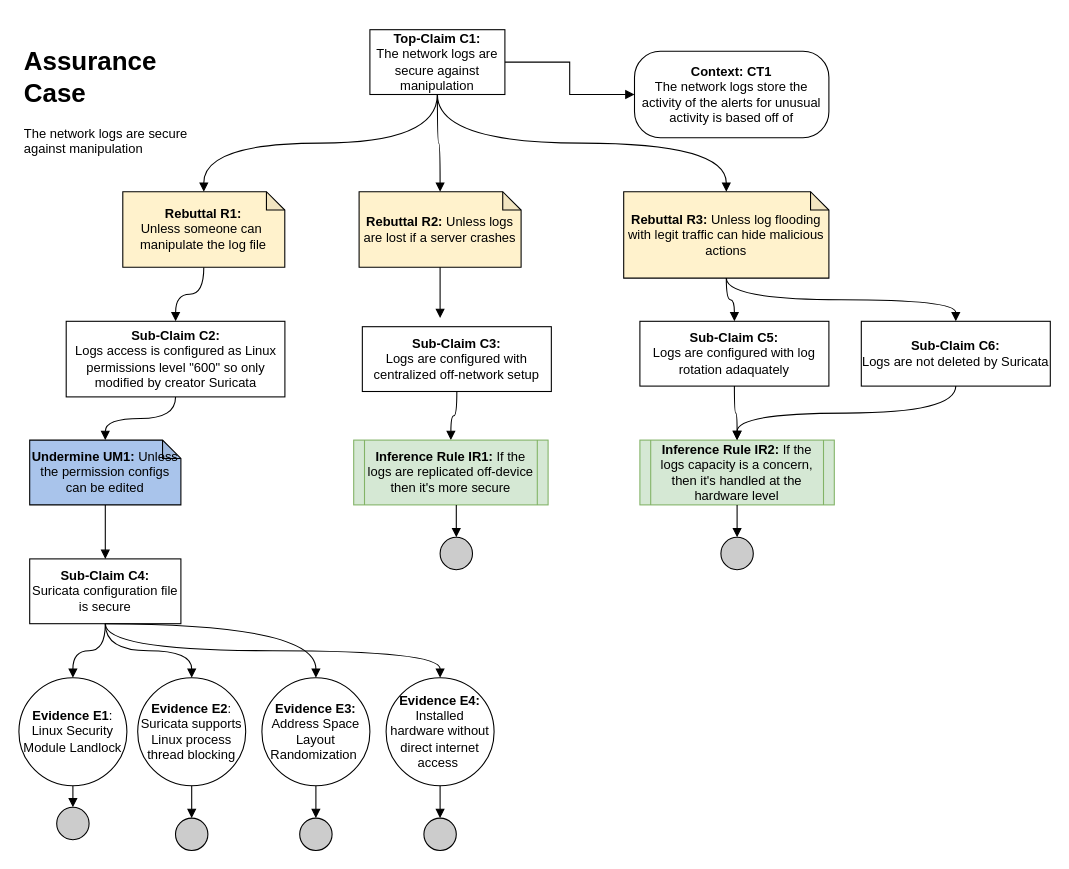
The draw.io diagram Assurance Cases/Assurance Case - Logs secure against manipulation.drawio in UNO-CYBR-8420-Team1/CYBR8420-Suricata, before the edit. Source tidied: cells renumbered, new cells numbered last; positions are measured from the earlier drawing's top-left corner, leaving out a move shared by most shapes. Both pictures are drawn from the tidied source at 108%, with x=0, y=0 at pixel (18, 29).
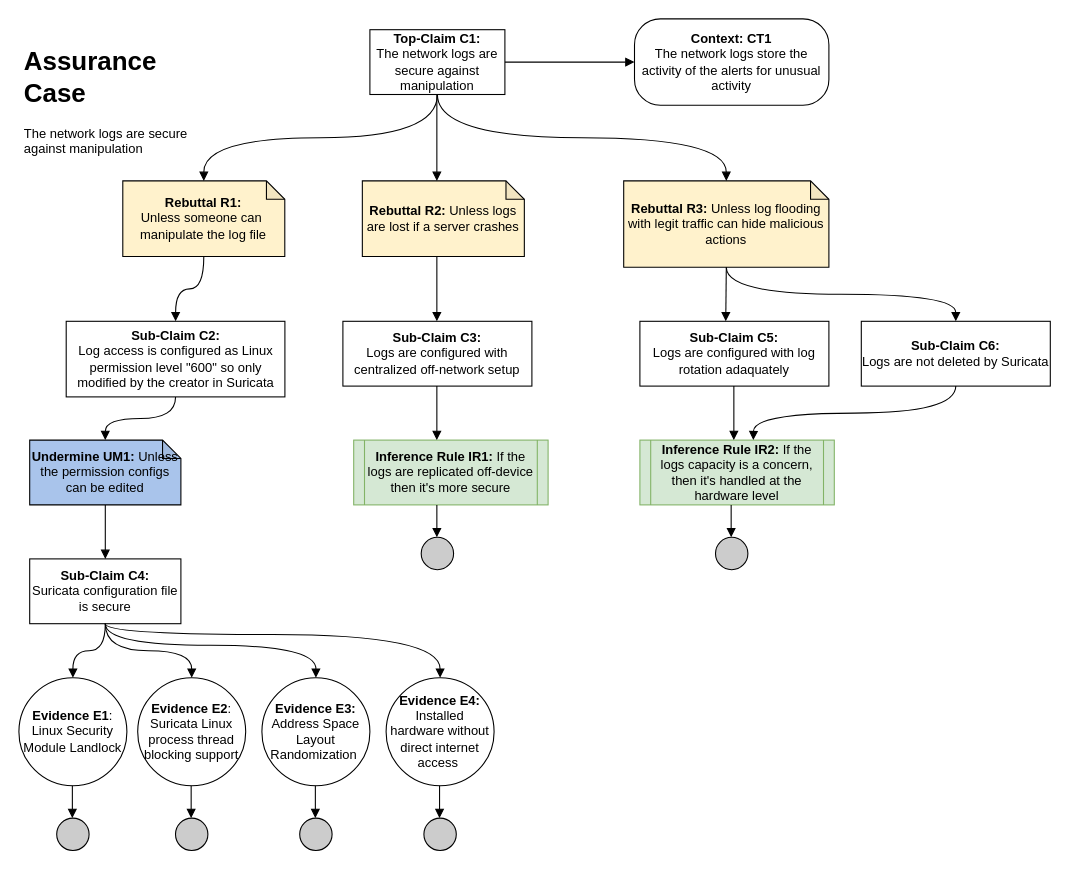
The same diagram, later.

Unchanged cells that the change refers to:
```xml
<mxCell id="6" value="&lt;b&gt;Top-Claim C1:&lt;br&gt;&lt;/b&gt;The network logs are secure against manipulation" style="rounded=0;whiteSpace=wrap;html=1;" parent="1" vertex="1">
  <mxGeometry x="325" width="125" height="60" as="geometry" />
</mxCell>
<mxCell id="14" value="&lt;b&gt;Evidence E1&lt;/b&gt;:&lt;div&gt;Linux Security Module Landlock&lt;/div&gt;" style="ellipse;whiteSpace=wrap;html=1;fillColor=#ffffff;rounded=0;" parent="1" vertex="1">
  <mxGeometry y="600" width="100" height="100" as="geometry" />
</mxCell>
<mxCell id="16" value="&lt;b&gt;Evidence E3:&lt;/b&gt;&lt;br&gt;Address Space Layout Randomization&amp;nbsp;" style="ellipse;whiteSpace=wrap;html=1;fillColor=#ffffff;rounded=0;" parent="1" vertex="1">
  <mxGeometry x="225" y="600" width="100" height="100" as="geometry" />
</mxCell>
<mxCell id="20" value="&lt;b&gt;Inference Rule IR1: &lt;/b&gt;If the logs are replicated off-device then it's more secure" style="shape=process;whiteSpace=wrap;html=1;backgroundOutline=1;fillColor=#d5e8d4;size=0.05555555555555555;strokeColor=#82b366;" parent="1" vertex="1">
  <mxGeometry x="310" y="380" width="180" height="60" as="geometry" />
</mxCell>
<mxCell id="23" value="&lt;b&gt;Sub-Claim C4:&lt;br&gt;&lt;/b&gt;Suricata configuration file is secure" style="rounded=0;whiteSpace=wrap;html=1;" parent="1" vertex="1">
  <mxGeometry x="10" y="490" width="140" height="60" as="geometry" />
</mxCell>
<mxCell id="26" value="&lt;b&gt;Evidence E4:&lt;/b&gt;&lt;br&gt;Installed hardware without direct internet access&amp;nbsp;" style="ellipse;whiteSpace=wrap;html=1;fillColor=#ffffff;rounded=0;" parent="1" vertex="1">
  <mxGeometry x="340" y="600" width="100" height="100" as="geometry" />
</mxCell>
<mxCell id="39" value="&lt;b&gt;Sub-Claim C5:&lt;br&gt;&lt;/b&gt;Logs are configured with log rotation adaquately" style="rounded=0;whiteSpace=wrap;html=1;" parent="1" vertex="1">
  <mxGeometry x="575" y="270" width="175" height="60" as="geometry" />
</mxCell>
<mxCell id="42" value="&lt;b&gt;Inference Rule IR2: &lt;/b&gt;If the logs capacity is a concern, then it's handled at the hardware level" style="shape=process;whiteSpace=wrap;html=1;backgroundOutline=1;fillColor=#d5e8d4;size=0.05555555555555555;strokeColor=#82b366;" parent="1" vertex="1">
  <mxGeometry x="575" y="380" width="180" height="60" as="geometry" />
</mxCell>
<mxCell id="46" value="&lt;b&gt;Sub-Claim C6:&lt;br&gt;&lt;/b&gt;Logs are not deleted by Suricata" style="rounded=0;whiteSpace=wrap;html=1;" parent="1" vertex="1">
  <mxGeometry x="780" y="270" width="175" height="60" as="geometry" />
</mxCell>
```

Diff of the diagram source:
```diff
@@
-    <mxCell id="5" style="edgeStyle=orthogonalEdgeStyle;curved=1;rounded=0;jettySize=auto;html=1;exitX=0.5;exitY=1;exitDx=0;exitDy=0;endArrow=block;endFill=1;" parent="1" edge="1" source="22" target="20">
-      <mxGeometry relative="1" as="geometry" />
-    </mxCell>
@@
-    <mxCell id="7" value="&lt;b&gt;Context: CT1&lt;/b&gt;&lt;br&gt;The network logs store the activity of the alerts for unusual activity is based off of" style="rounded=1;whiteSpace=wrap;html=1;arcSize=30;" parent="1" vertex="1">
-      <mxGeometry x="570" y="20" width="180" height="80" as="geometry" />
+    <mxCell id="7" value="&lt;b&gt;Context: CT1&lt;/b&gt;&lt;br&gt;The network logs store the activity of the alerts for unusual activity" style="rounded=1;whiteSpace=wrap;html=1;arcSize=30;" parent="1" vertex="1">
+      <mxGeometry x="570" y="-10" width="180" height="80" as="geometry" />
     </mxCell>
@@
     <mxCell id="9" value="&lt;b&gt;Rebuttal R1: &lt;/b&gt;Unless&amp;nbsp;someone can&amp;nbsp; manipulate the log file" style="shape=note;whiteSpace=wrap;html=1;backgroundOutline=1;darkOpacity=0.05;size=17;fillColor=#FFF2CC;" parent="1" vertex="1">
-      <mxGeometry x="96.2" y="150" width="150" height="70" as="geometry" />
+      <mxGeometry x="96.2" y="140" width="150" height="70" as="geometry" />
     </mxCell>
-    <mxCell id="10" style="edgeStyle=orthogonalEdgeStyle;curved=1;rounded=0;jettySize=auto;html=1;exitX=0.5;exitY=1;exitDx=0;exitDy=0;entryX=0.5;entryY=0;entryDx=0;entryDy=0;entryPerimeter=0;endArrow=block;endFill=1;" parent="1" edge="1" source="6" target="21">
-      <mxGeometry relative="1" as="geometry" />
-    </mxCell>
-    <mxCell id="11" value="&lt;b&gt;Sub-Claim C2:&lt;br&gt;&lt;/b&gt;Logs access is configured as Linux permissions level &quot;600&quot; so only modified by creator Suricata" style="rounded=0;whiteSpace=wrap;html=1;" parent="1" vertex="1">
+    <mxCell id="11" value="&lt;b&gt;Sub-Claim C2:&lt;br&gt;&lt;/b&gt;Log access is configured as Linux permission level &quot;600&quot; so only modified by the creator in Suricata" style="rounded=0;whiteSpace=wrap;html=1;" parent="1" vertex="1">
       <mxGeometry x="43.8" y="270" width="202.5" height="70" as="geometry" />
     </mxCell>
@@
-    <mxCell id="13" style="edgeStyle=orthogonalEdgeStyle;curved=1;rounded=0;jettySize=auto;html=1;entryX=0.5;entryY=0;entryDx=0;entryDy=0;endArrow=block;endFill=1;" parent="1" edge="1" source="14" target="17">
-      <mxGeometry relative="1" as="geometry" />
-    </mxCell>
@@
-    <mxCell id="15" style="edgeStyle=orthogonalEdgeStyle;curved=1;rounded=0;jettySize=auto;html=1;entryX=0.5;entryY=0;entryDx=0;entryDy=0;endArrow=block;endFill=1;" parent="1" edge="1" source="16" target="18">
-      <mxGeometry relative="1" as="geometry" />
-    </mxCell>
@@
-    <mxCell id="17" style="ellipse;whiteSpace=wrap;html=1;fillColor=#CCCCCC;" parent="1" vertex="1">
-      <mxGeometry x="35" y="720" width="30" height="30" as="geometry" />
-    </mxCell>
-    <mxCell id="18" style="ellipse;whiteSpace=wrap;html=1;fillColor=#CCCCCC;" parent="1" vertex="1">
-      <mxGeometry x="260" y="730" width="30" height="30" as="geometry" />
-    </mxCell>
@@
     <mxCell id="21" value="&lt;b&gt;Rebuttal R2: &lt;/b&gt;Unless logs are lost if a server crashes" style="shape=note;whiteSpace=wrap;html=1;backgroundOutline=1;darkOpacity=0.05;size=17;fillColor=#FFF2CC;" parent="1" vertex="1">
-      <mxGeometry x="315" y="150" width="150" height="70" as="geometry" />
+      <mxGeometry x="318" y="140" width="150" height="70" as="geometry" />
     </mxCell>
     <mxCell id="22" value="&lt;b&gt;Sub-Claim C3:&lt;br&gt;&lt;/b&gt;Logs are configured with centralized off-network setup" style="rounded=0;whiteSpace=wrap;html=1;" parent="1" vertex="1">
-      <mxGeometry x="318" y="275" width="175" height="60" as="geometry" />
+      <mxGeometry x="300" y="270" width="175" height="60" as="geometry" />
     </mxCell>
@@
-    <mxCell id="25" value="&lt;b&gt;Evidence E2&lt;/b&gt;:&lt;div&gt;Suricata supports Linux process thread blocking&lt;/div&gt;" style="ellipse;whiteSpace=wrap;html=1;fillColor=#ffffff;rounded=0;" parent="1" vertex="1">
+    <mxCell id="25" value="&lt;b&gt;Evidence E2&lt;/b&gt;:&lt;div&gt;Suricata Linux process thread blocking&amp;nbsp;&lt;span style=&quot;background-color: initial;&quot;&gt;support&lt;/span&gt;&lt;/div&gt;" style="ellipse;whiteSpace=wrap;html=1;fillColor=#ffffff;rounded=0;" parent="1" vertex="1">
       <mxGeometry x="110" y="600" width="100" height="100" as="geometry" />
     </mxCell>
@@
-    <mxCell id="27" style="edgeStyle=orthogonalEdgeStyle;curved=1;rounded=0;jettySize=auto;html=1;entryX=0.5;entryY=0;entryDx=0;entryDy=0;endArrow=block;endFill=1;" parent="1" edge="1" target="28">
-      <mxGeometry relative="1" as="geometry">
-        <mxPoint x="160" y="700" as="sourcePoint" />
-      </mxGeometry>
-    </mxCell>
-    <mxCell id="28" style="ellipse;whiteSpace=wrap;html=1;fillColor=#CCCCCC;" parent="1" vertex="1">
-      <mxGeometry x="145" y="730" width="30" height="30" as="geometry" />
-    </mxCell>
-    <mxCell id="29" style="edgeStyle=orthogonalEdgeStyle;curved=1;rounded=0;jettySize=auto;html=1;entryX=0.5;entryY=0;entryDx=0;entryDy=0;endArrow=block;endFill=1;" parent="1" edge="1" target="30">
-      <mxGeometry relative="1" as="geometry">
-        <mxPoint x="390" y="700" as="sourcePoint" />
-      </mxGeometry>
-    </mxCell>
-    <mxCell id="30" style="ellipse;whiteSpace=wrap;html=1;fillColor=#CCCCCC;" parent="1" vertex="1">
-      <mxGeometry x="375" y="730" width="30" height="30" as="geometry" />
-    </mxCell>
@@
-    <mxCell id="33" style="edgeStyle=orthogonalEdgeStyle;curved=1;rounded=0;jettySize=auto;html=1;entryX=0.5;entryY=0;entryDx=0;entryDy=0;endArrow=block;endFill=1;" parent="1" edge="1" target="16">
-      <mxGeometry relative="1" as="geometry">
-        <mxPoint x="80" y="550" as="sourcePoint" />
-      </mxGeometry>
-    </mxCell>
-    <mxCell id="34" style="edgeStyle=orthogonalEdgeStyle;curved=1;rounded=0;jettySize=auto;html=1;entryX=0.5;entryY=0;entryDx=0;entryDy=0;endArrow=block;endFill=1;exitX=0.5;exitY=1;exitDx=0;exitDy=0;" parent="1" edge="1" source="23" target="26">
-      <mxGeometry relative="1" as="geometry" />
-    </mxCell>
-    <mxCell id="35" style="edgeStyle=orthogonalEdgeStyle;curved=1;rounded=0;jettySize=auto;html=1;entryX=0.5;entryY=0;entryDx=0;entryDy=0;endArrow=block;endFill=1;" parent="1" edge="1" target="36">
-      <mxGeometry relative="1" as="geometry">
-        <mxPoint x="405" y="440" as="sourcePoint" />
-      </mxGeometry>
-    </mxCell>
     <mxCell id="36" style="ellipse;whiteSpace=wrap;html=1;fillColor=#CCCCCC;" parent="1" vertex="1">
-      <mxGeometry x="390" y="470" width="30" height="30" as="geometry" />
+      <mxGeometry x="372.5" y="470" width="30" height="30" as="geometry" />
     </mxCell>
     <mxCell id="37" value="&lt;b&gt;Rebuttal R3: &lt;/b&gt;Unless log flooding with legit traffic can hide malicious actions" style="shape=note;whiteSpace=wrap;html=1;backgroundOutline=1;darkOpacity=0.05;size=17;fillColor=#FFF2CC;" parent="1" vertex="1">
-      <mxGeometry x="560" y="150" width="190" height="80" as="geometry" />
+      <mxGeometry x="560" y="140" width="190" height="80" as="geometry" />
     </mxCell>
@@
-    <mxCell id="40" style="edgeStyle=orthogonalEdgeStyle;curved=1;rounded=0;orthogonalLoop=1;jettySize=auto;html=1;exitX=0.5;exitY=1;exitDx=0;exitDy=0;entryX=0.458;entryY=-0.044;entryDx=0;entryDy=0;entryPerimeter=0;endArrow=block;endFill=1;exitPerimeter=0;" parent="1" edge="1">
-      <mxGeometry relative="1" as="geometry">
-        <mxPoint x="390" y="220" as="sourcePoint" />
-        <mxPoint x="390" y="267" as="targetPoint" />
-      </mxGeometry>
-    </mxCell>
-    <mxCell id="41" style="edgeStyle=orthogonalEdgeStyle;curved=1;rounded=0;jettySize=auto;html=1;endArrow=block;endFill=1;exitX=0.5;exitY=1;exitDx=0;exitDy=0;exitPerimeter=0;entryX=0.5;entryY=0;entryDx=0;entryDy=0;" parent="1" edge="1" source="37" target="39">
-      <mxGeometry relative="1" as="geometry" />
-    </mxCell>
@@
-    <mxCell id="43" style="edgeStyle=orthogonalEdgeStyle;curved=1;rounded=0;jettySize=auto;html=1;exitX=0.5;exitY=1;exitDx=0;exitDy=0;endArrow=block;endFill=1;entryX=0.5;entryY=0;entryDx=0;entryDy=0;" parent="1" edge="1" source="39" target="42">
-      <mxGeometry relative="1" as="geometry" />
-    </mxCell>
-    <mxCell id="44" style="edgeStyle=orthogonalEdgeStyle;curved=1;rounded=0;jettySize=auto;html=1;entryX=0.5;entryY=0;entryDx=0;entryDy=0;endArrow=block;endFill=1;" parent="1" edge="1" target="45">
-      <mxGeometry relative="1" as="geometry">
-        <mxPoint x="665" y="440" as="sourcePoint" />
-      </mxGeometry>
-    </mxCell>
     <mxCell id="45" style="ellipse;whiteSpace=wrap;html=1;fillColor=#CCCCCC;" parent="1" vertex="1">
-      <mxGeometry x="650" y="470" width="30" height="30" as="geometry" />
+      <mxGeometry x="645" y="470" width="30" height="30" as="geometry" />
     </mxCell>
@@
-    <mxCell id="48" style="edgeStyle=orthogonalEdgeStyle;curved=1;rounded=0;jettySize=auto;html=1;exitX=0.5;exitY=1;exitDx=0;exitDy=0;endArrow=block;endFill=1;entryX=0.5;entryY=0;entryDx=0;entryDy=0;" parent="1" edge="1" source="46" target="42">
-      <mxGeometry relative="1" as="geometry" />
+    <mxCell id="48" style="edgeStyle=orthogonalEdgeStyle;curved=1;rounded=0;jettySize=auto;html=1;exitX=0.5;exitY=1;exitDx=0;exitDy=0;endArrow=block;endFill=1;" parent="1" edge="1" source="46">
+      <mxGeometry relative="1" as="geometry">
+        <mxPoint x="680" y="380" as="targetPoint" />
+      </mxGeometry>
     </mxCell>
+    <mxCell id="49" style="edgeStyle=orthogonalEdgeStyle;curved=0;rounded=0;orthogonalLoop=1;jettySize=auto;html=1;exitX=0.5;exitY=1;exitDx=0;exitDy=0;endArrow=block;endFill=1;exitPerimeter=0;" parent="1" edge="1">
+      <mxGeometry relative="1" as="geometry">
+        <mxPoint x="387" y="60" as="sourcePoint" />
+        <mxPoint x="387" y="140" as="targetPoint" />
+      </mxGeometry>
+    </mxCell>
+    <mxCell id="50" style="edgeStyle=orthogonalEdgeStyle;curved=0;rounded=0;orthogonalLoop=1;jettySize=auto;html=1;endArrow=block;endFill=1;" parent="1" edge="1">
+      <mxGeometry relative="1" as="geometry">
+        <mxPoint x="387" y="210" as="sourcePoint" />
+        <mxPoint x="387" y="270" as="targetPoint" />
+      </mxGeometry>
+    </mxCell>
+    <mxCell id="51" style="edgeStyle=orthogonalEdgeStyle;curved=0;rounded=0;orthogonalLoop=1;jettySize=auto;html=1;endArrow=block;endFill=1;" parent="1" edge="1">
+      <mxGeometry relative="1" as="geometry">
+        <mxPoint x="387" y="330" as="sourcePoint" />
+        <mxPoint x="387" y="380" as="targetPoint" />
+      </mxGeometry>
+    </mxCell>
+    <mxCell id="52" style="edgeStyle=orthogonalEdgeStyle;curved=1;rounded=0;orthogonalLoop=1;jettySize=auto;html=1;entryX=0.5;entryY=0;entryDx=0;entryDy=0;endArrow=block;endFill=1;" parent="1" edge="1">
+      <mxGeometry relative="1" as="geometry">
+        <mxPoint x="387" y="440" as="sourcePoint" />
+        <mxPoint x="387" y="470" as="targetPoint" />
+      </mxGeometry>
+    </mxCell>
+    <mxCell id="53" style="edgeStyle=orthogonalEdgeStyle;curved=0;rounded=0;jettySize=auto;html=1;endArrow=block;endFill=1;exitX=0.5;exitY=1;exitDx=0;exitDy=0;exitPerimeter=0;" parent="1" edge="1" source="37">
+      <mxGeometry relative="1" as="geometry">
+        <mxPoint x="654.5" y="270" as="targetPoint" />
+      </mxGeometry>
+    </mxCell>
+    <mxCell id="54" style="edgeStyle=orthogonalEdgeStyle;curved=0;rounded=0;orthogonalLoop=1;jettySize=auto;html=1;endArrow=block;endFill=1;" parent="1" edge="1">
+      <mxGeometry relative="1" as="geometry">
+        <mxPoint x="662" y="330" as="sourcePoint" />
+        <mxPoint x="662" y="380" as="targetPoint" />
+      </mxGeometry>
+    </mxCell>
+    <mxCell id="55" style="edgeStyle=orthogonalEdgeStyle;curved=1;rounded=0;orthogonalLoop=1;jettySize=auto;html=1;entryX=0.5;entryY=0;entryDx=0;entryDy=0;endArrow=block;endFill=1;" parent="1" edge="1">
+      <mxGeometry relative="1" as="geometry">
+        <mxPoint x="659.5" y="440" as="sourcePoint" />
+        <mxPoint x="659.5" y="470" as="targetPoint" />
+      </mxGeometry>
+    </mxCell>
+    <mxCell id="56" style="edgeStyle=orthogonalEdgeStyle;curved=1;rounded=0;jettySize=auto;html=1;entryX=0.5;entryY=0;entryDx=0;entryDy=0;endArrow=block;endFill=1;" parent="1" edge="1" target="16">
+      <mxGeometry relative="1" as="geometry">
+        <mxPoint x="80" y="550" as="sourcePoint" />
+        <Array as="points">
+          <mxPoint x="80" y="570" />
+          <mxPoint x="275" y="570" />
+        </Array>
+      </mxGeometry>
+    </mxCell>
+    <mxCell id="34" style="edgeStyle=orthogonalEdgeStyle;curved=1;rounded=0;jettySize=auto;html=1;entryX=0.5;entryY=0;entryDx=0;entryDy=0;endArrow=block;endFill=1;exitX=0.5;exitY=1;exitDx=0;exitDy=0;" parent="1" edge="1" source="23" target="26">
+      <mxGeometry relative="1" as="geometry">
+        <Array as="points">
+          <mxPoint x="80" y="560" />
+          <mxPoint x="390" y="560" />
+        </Array>
+      </mxGeometry>
+    </mxCell>
+    <mxCell id="57" style="edgeStyle=orthogonalEdgeStyle;curved=1;rounded=0;orthogonalLoop=1;jettySize=auto;html=1;entryX=0.5;entryY=0;entryDx=0;entryDy=0;endArrow=block;endFill=1;" parent="1" edge="1">
+      <mxGeometry relative="1" as="geometry">
+        <mxPoint x="49.5" y="700" as="sourcePoint" />
+        <mxPoint x="49.5" y="730" as="targetPoint" />
+      </mxGeometry>
+    </mxCell>
+    <mxCell id="58" style="edgeStyle=orthogonalEdgeStyle;curved=1;rounded=0;orthogonalLoop=1;jettySize=auto;html=1;entryX=0.5;entryY=0;entryDx=0;entryDy=0;endArrow=block;endFill=1;" parent="1" edge="1">
+      <mxGeometry relative="1" as="geometry">
+        <mxPoint x="274.5" y="700" as="sourcePoint" />
+        <mxPoint x="274.5" y="730" as="targetPoint" />
+      </mxGeometry>
+    </mxCell>
+    <mxCell id="59" style="edgeStyle=orthogonalEdgeStyle;curved=1;rounded=0;orthogonalLoop=1;jettySize=auto;html=1;entryX=0.5;entryY=0;entryDx=0;entryDy=0;endArrow=block;endFill=1;" parent="1" edge="1">
+      <mxGeometry relative="1" as="geometry">
+        <mxPoint x="389.5" y="700" as="sourcePoint" />
+        <mxPoint x="389.5" y="730" as="targetPoint" />
+      </mxGeometry>
+    </mxCell>
+    <mxCell id="30" style="ellipse;whiteSpace=wrap;html=1;fillColor=#CCCCCC;" parent="1" vertex="1">
+      <mxGeometry x="375" y="730" width="30" height="30" as="geometry" />
+    </mxCell>
+    <mxCell id="18" style="ellipse;whiteSpace=wrap;html=1;fillColor=#CCCCCC;" parent="1" vertex="1">
+      <mxGeometry x="260" y="730" width="30" height="30" as="geometry" />
+    </mxCell>
+    <mxCell id="60" style="ellipse;whiteSpace=wrap;html=1;fillColor=#CCCCCC;" parent="1" vertex="1">
+      <mxGeometry x="35" y="730" width="30" height="30" as="geometry" />
+    </mxCell>
+    <mxCell id="61" style="edgeStyle=orthogonalEdgeStyle;curved=1;rounded=0;orthogonalLoop=1;jettySize=auto;html=1;entryX=0.5;entryY=0;entryDx=0;entryDy=0;endArrow=block;endFill=1;" parent="1" edge="1">
+      <mxGeometry relative="1" as="geometry">
+        <mxPoint x="159.5" y="700" as="sourcePoint" />
+        <mxPoint x="159.5" y="730" as="targetPoint" />
+      </mxGeometry>
+    </mxCell>
+    <mxCell id="28" style="ellipse;whiteSpace=wrap;html=1;fillColor=#CCCCCC;" parent="1" vertex="1">
+      <mxGeometry x="145" y="730" width="30" height="30" as="geometry" />
+    </mxCell>
```
